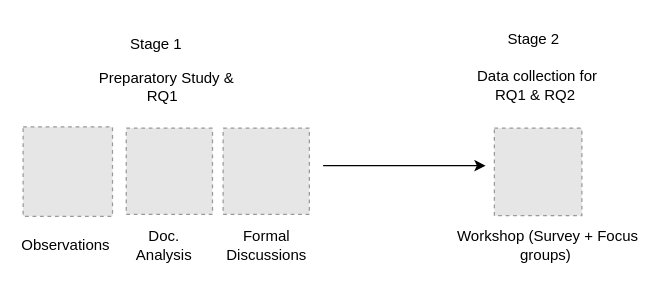
Above: Method.drawio in amnapir/Figures (draw.io), before the change. Source tidied: cells renumbered, new cells numbered last; positions are measured from the earlier drawing's top-left corner, leaving out a move shared by most shapes. Both pictures are drawn from the tidied source at 125%, with x=0, y=0 at pixel (22, 21). Pictures stored in the file or linked from it are replaced by grey dashed boxes.
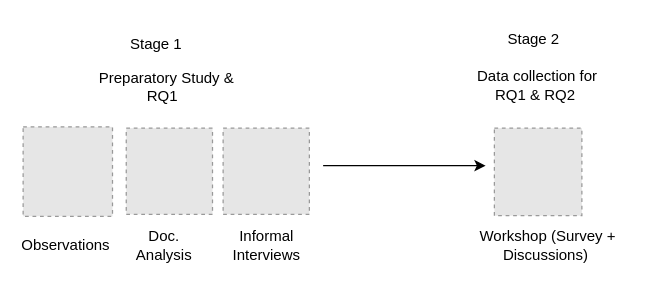
The same page after the edit.

Diff of the diagram source:
```diff
@@
 <mxGraphModel>
   <root>
     <mxCell id="0" />
     <mxCell id="1" parent="0" />
     <mxCell id="2" style="fillColor=#E6E6E6;strokeColor=#999999;dashed=1;verticalLabelPosition=bottom;labelBackgroundColor=default;verticalAlign=top;" parent="1" vertex="1">
       <mxGeometry x="377" y="85" width="70" height="70" as="geometry" />
     </mxCell>
-    <mxCell id="3" value="Workshop (Survey + Focus groups)&amp;nbsp;" style="text;html=1;strokeColor=none;fillColor=none;align=center;verticalAlign=middle;whiteSpace=wrap;rounded=0;" parent="1" vertex="1">
+    <mxCell id="3" value="Workshop (Survey + Discussions)&amp;nbsp;" style="text;html=1;strokeColor=none;fillColor=none;align=center;verticalAlign=middle;whiteSpace=wrap;rounded=0;" parent="1" vertex="1">
       <mxGeometry x="340" y="164" width="160" height="30" as="geometry" />
     </mxCell>
     <mxCell id="4" value="Preparatory Study &amp;amp; RQ1 &amp;nbsp;" style="text;html=1;strokeColor=none;fillColor=none;align=center;verticalAlign=middle;whiteSpace=wrap;rounded=0;" parent="1" vertex="1">
       <mxGeometry x="50" y="37" width="130" height="30" as="geometry" />
     </mxCell>
     <mxCell id="5" value="&amp;nbsp;Data collection for RQ1 &amp;amp; RQ2" style="text;html=1;strokeColor=none;fillColor=none;align=center;verticalAlign=middle;whiteSpace=wrap;rounded=0;" parent="1" vertex="1">
       <mxGeometry x="354" y="23.5" width="112" height="55" as="geometry" />
     </mxCell>
     <mxCell id="6" style="fillColor=#E6E6E6;strokeColor=#999999;dashed=1;verticalLabelPosition=bottom;labelBackgroundColor=default;verticalAlign=top;" parent="1" vertex="1">
       <mxGeometry y="84" width="71.5" height="71.5" as="geometry" />
     </mxCell>
     <mxCell id="7" style="fillColor=#E6E6E6;strokeColor=#999999;dashed=1;verticalLabelPosition=bottom;labelBackgroundColor=default;verticalAlign=top;" parent="1" vertex="1">
       <mxGeometry x="82.5" y="85" width="69" height="69" as="geometry" />
     </mxCell>
     <mxCell id="8" style="fillColor=#E6E6E6;strokeColor=#999999;dashed=1;verticalLabelPosition=bottom;labelBackgroundColor=default;verticalAlign=top;" parent="1" vertex="1">
       <mxGeometry x="160" y="85" width="69" height="69" as="geometry" />
     </mxCell>
     <mxCell id="9" value="&lt;font style=&quot;font-size: 12px;&quot;&gt;Observations&amp;nbsp;&lt;/font&gt;" style="text;html=1;strokeColor=none;fillColor=none;align=center;verticalAlign=middle;whiteSpace=wrap;rounded=0;" parent="1" vertex="1">
       <mxGeometry x="25.8" y="174" width="20" height="10" as="geometry" />
     </mxCell>
     <mxCell id="10" value="&lt;font style=&quot;font-size: 12px;&quot;&gt;Doc. Analysis&lt;/font&gt;" style="text;html=1;strokeColor=none;fillColor=none;align=center;verticalAlign=middle;whiteSpace=wrap;rounded=0;" parent="1" vertex="1">
       <mxGeometry x="82.5" y="174" width="60" height="10" as="geometry" />
     </mxCell>
-    <mxCell id="11" value="&lt;font style=&quot;font-size: 12px;&quot;&gt;Formal Discussions&lt;/font&gt;" style="text;html=1;strokeColor=none;fillColor=none;align=center;verticalAlign=middle;whiteSpace=wrap;rounded=0;" parent="1" vertex="1">
+    <mxCell id="11" value="&lt;font style=&quot;font-size: 12px;&quot;&gt;Informal Interviews&lt;/font&gt;" style="text;html=1;strokeColor=none;fillColor=none;align=center;verticalAlign=middle;whiteSpace=wrap;rounded=0;" parent="1" vertex="1">
       <mxGeometry x="164.5" y="174" width="60" height="10" as="geometry" />
     </mxCell>
     <mxCell id="12" value="Stage 1" style="text;whiteSpace=wrap;" parent="1" vertex="1">
       <mxGeometry x="83.5" y="4" width="57.5" height="40" as="geometry" />
     </mxCell>
     <mxCell id="13" value="Stage 2" style="text;whiteSpace=wrap;" parent="1" vertex="1">
       <mxGeometry x="386" width="49" height="40" as="geometry" />
     </mxCell>
     <mxCell id="14" style="endArrow=classic;html=1;rounded=0;" parent="1" edge="1">
       <mxGeometry relative="1" as="geometry">
         <mxPoint x="240" y="115" as="sourcePoint" />
         <mxPoint x="370" y="115" as="targetPoint" />
       </mxGeometry>
     </mxCell>
   </root>
 </mxGraphModel>
```
